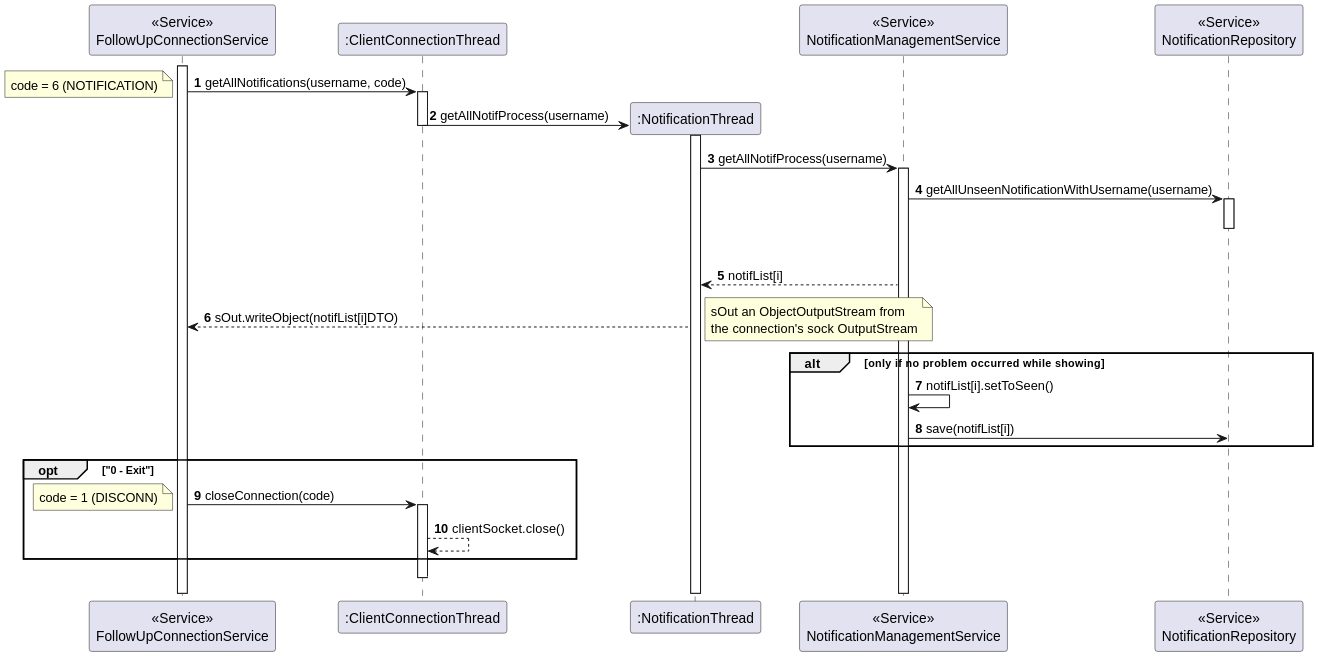
Above: docs/sprint-c/us_3001/US3001_SD/US3001_SD_Server_To_Repo.svg in rita-barbosa/LAPR4-2324 (PlantUML), before the change.
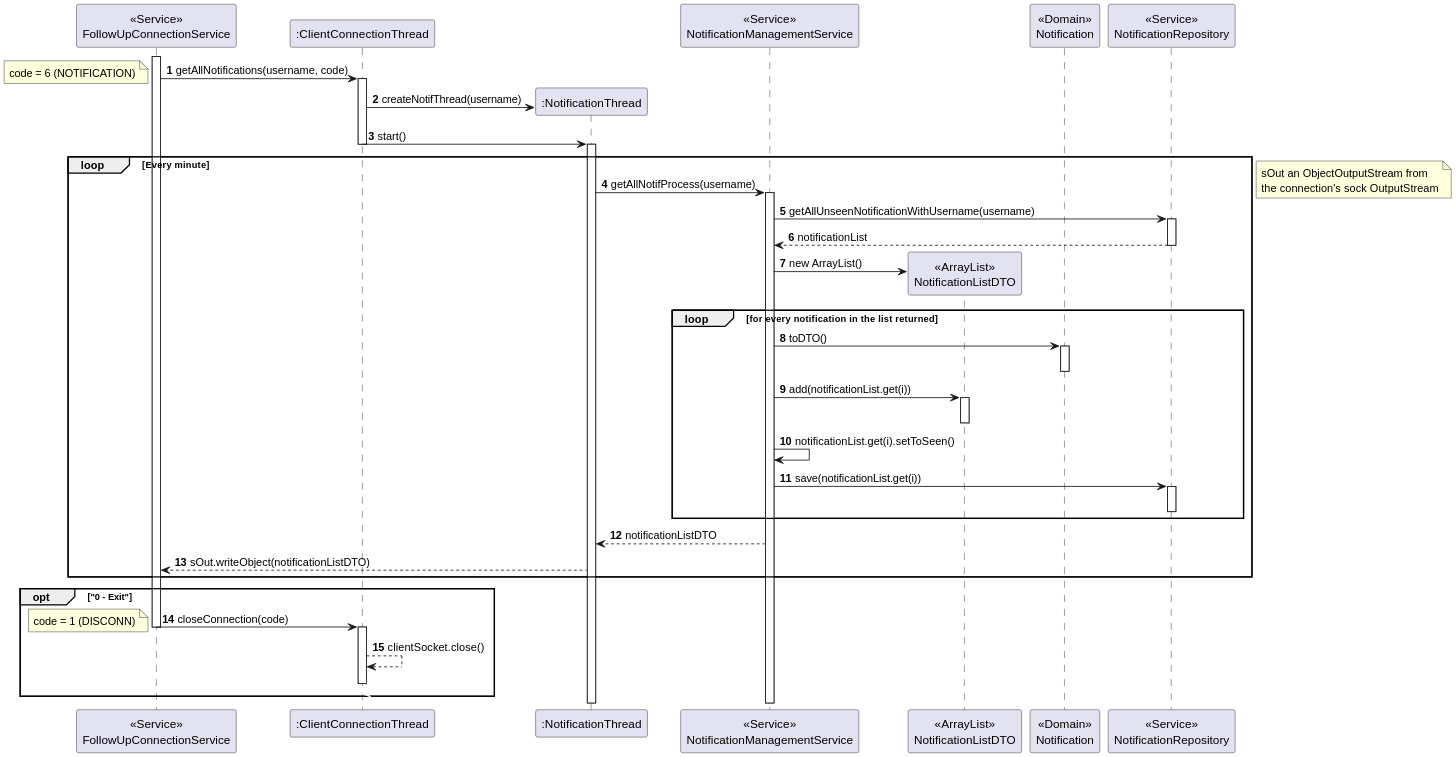
The same file after the commit.

Commit message:
docs: Updated SD [Perspective of server to repo] of US 3001.

[#191]

The edit, as a diff of the source:
```diff
@@ -6,6 +6,8 @@
 participant ":ClientConnectionThread" as CLITHREAD
 participant ":NotificationThread" as THREAD
 participant "<<Service>>\nNotificationManagementService" as NS
+participant "<<ArrayList>>\nNotificationListDTO" as LIST
+participant "<<Domain>>\nNotification" as N
 participant "<<Service>>\nNotificationRepository" as NREPO
 
 activate SER
@@ -18,11 +20,15 @@
 
             activate CLITHREAD
 
-                CLITHREAD -> THREAD** : getAllNotifProcess(username)
+                CLITHREAD -> THREAD** : createNotifThread(username)
+
+                CLITHREAD -> THREAD : start()
 
             deactivate CLITHREAD
 
             activate THREAD
+
+                loop Every minute
 
                 THREAD -> NS : getAllNotifProcess(username)
 
@@ -32,48 +38,66 @@
 
                     activate NREPO
 
+                        NREPO --> NS : notificationList
+
                     deactivate NREPO
 
-                    loop for each notif in the list and while user doesn't leave
+                            NS -> LIST**: new ArrayList()
 
-                        NS --> THREAD : notifList[i]
+                            loop for every notification in the list returned
 
-                        THREAD --> SER : sOut.writeObject(notifList[i]DTO)
+                                NS -> N : toDTO()
+
+                                activate N
+
+                                deactivate N
+
+                                NS -> LIST : add(notificationList.get(i))
+
+                                activate LIST
+
+                                deactivate LIST
+
+                                NS -> NS : notificationList.get(i).setToSeen()
+
+                                NS -> NREPO : save(notificationList.get(i))
+
+                                activate NREPO
+
+                                deactivate NREPO
+
+                            end
+
+                        NS --> THREAD : notificationListDTO
+
+                        THREAD --> SER : sOut.writeObject(notificationListDTO)
+
+                        end
 
                         note right
                         sOut an ObjectOutputStream from
                         the connection's sock OutputStream
                         end note
 
-                        alt only if no problem occurred while showing
-
-                            NS -> NS : notifList[i].setToSeen()
-
-                            NS -> NREPO : save(notifList[i])
-
-                        end
-
-                        activate NREPO
-
-                        deactivate NREPO
-
-                        opt "0 - Exit"
-
-                        SER -> CLITHREAD : closeConnection(code)
-
-                        activate CLITHREAD
-                        note left
-                        code = 1 (DISCONN)
-                        end note
-
-                        CLITHREAD --> CLITHREAD : clientSocket.close()
-
-                        end
-
-                        autonumber stop
-                        CLITHREAD -[#white]> CLITHREAD
-                        deactivate CLITHREAD
 
 
-                        autonumber resume
+                       opt "0 - Exit"
+
+                       SER -> CLITHREAD : closeConnection(code)
+                       deactivate SER
+                       activate CLITHREAD
+                       note left
+                       code = 1 (DISCONN)
+                       end note
+
+                       CLITHREAD --> CLITHREAD : clientSocket.close()
+
+                       autonumber stop
+                       CLITHREAD -[#white]> CLITHREAD
+                       deactivate CLITHREAD
+
+
+                       autonumber resume
+
+                       end opt
 @enduml
```
